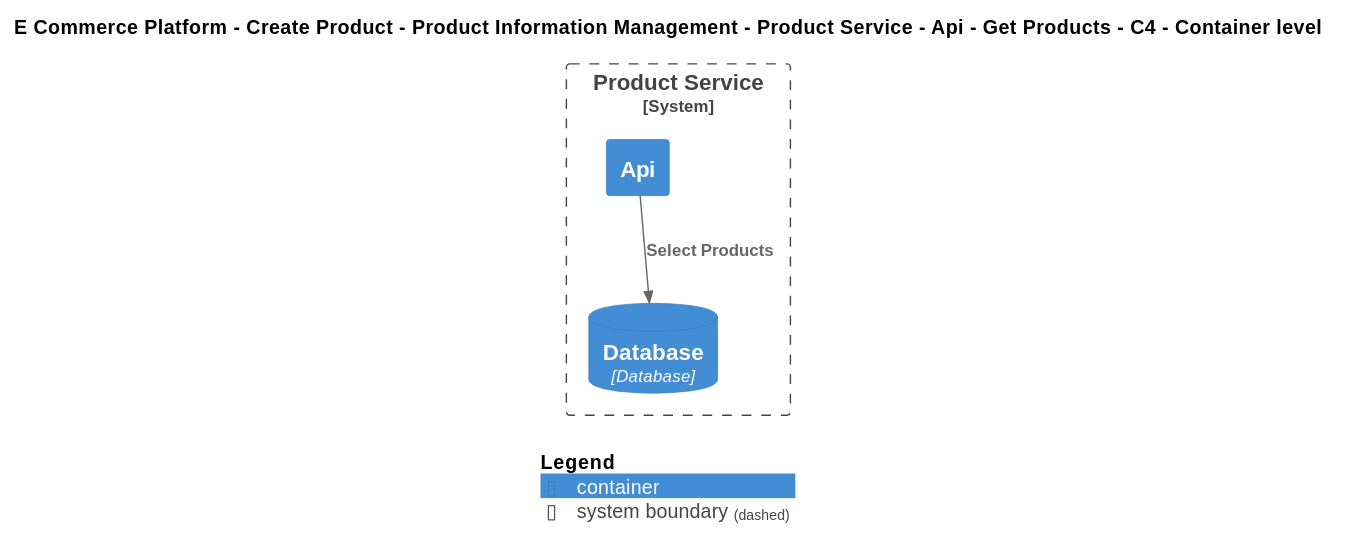
This is Samples/E-Commerce Platform/Yaml/Diagrams/E Commerce Platform/Create Product/Product Information Management/Software Systems/Product Service/Containers/Api/Interfaces/Get Products/Container - C4.svg from mnadenysenko/C4InterFlow, a PlantUML export, as it was before one commit. The source it was exported from:
```plantuml
@startuml
!include ..\..\..\..\..\..\..\..\..\.c4s\C4_Container.puml

AddElementTag("c4interflow:lifecycle:new", $bgColor=green, $fontColor=#ffffff, $borderColor=green, $shadowing="False")
AddElementTag("c4interflow:lifecycle:changed", $bgColor=orange, $fontColor=#ffffff, $borderColor=orange, $shadowing="False")
AddElementTag("c4interflow:lifecycle:removed", $bgColor=red, $fontColor=#ffffff, $borderColor=red, $shadowing="False")

AddRelTag("c4interflow:lifecycle:new", $textColor=green, $lineColor=green)
AddRelTag("c4interflow:lifecycle:changed", $textColor=orange, $lineColor=orange)
AddRelTag("c4interflow:lifecycle:removed", $textColor=red, $lineColor=red)

SHOW_PERSON_PORTRAIT()
LAYOUT_TOP_DOWN()

skinparam linetype polyline

title E Commerce Platform - Create Product - Product Information Management - Product Service - Api - Get Products - C4 - Container level


System_Boundary(ECommercePlatform.CreateProduct.ProductInformationManagement.SoftwareSystems.ProductService, "Product Service") {
    Container(ECommercePlatform.CreateProduct.ProductInformationManagement.SoftwareSystems.ProductService.Containers.Api, "Api", "", "")
    ContainerDb(ECommercePlatform.CreateProduct.ProductInformationManagement.SoftwareSystems.ProductService.Containers.Database, "Database", "Database", "")
}

Rel(ECommercePlatform.CreateProduct.ProductInformationManagement.SoftwareSystems.ProductService.Containers.Api, ECommercePlatform.CreateProduct.ProductInformationManagement.SoftwareSystems.ProductService.Containers.Database, "Select Products")


SHOW_LEGEND()
@enduml
```
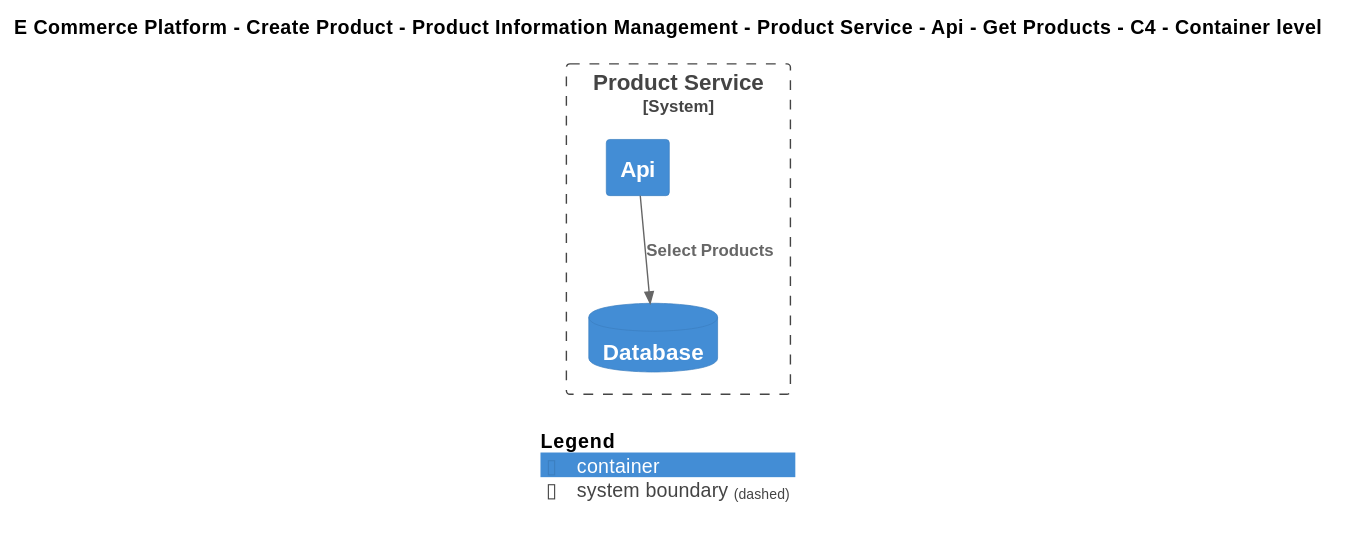
The same diagram one commit later.

Diff of the diagram source:
```diff
@@ -19,7 +19,7 @@
 
 System_Boundary(ECommercePlatform.CreateProduct.ProductInformationManagement.SoftwareSystems.ProductService, "Product Service") {
     Container(ECommercePlatform.CreateProduct.ProductInformationManagement.SoftwareSystems.ProductService.Containers.Api, "Api", "", "")
-    ContainerDb(ECommercePlatform.CreateProduct.ProductInformationManagement.SoftwareSystems.ProductService.Containers.Database, "Database", "Database", "")
+    ContainerDb(ECommercePlatform.CreateProduct.ProductInformationManagement.SoftwareSystems.ProductService.Containers.Database, "Database", "", "")
 }
 
 Rel(ECommercePlatform.CreateProduct.ProductInformationManagement.SoftwareSystems.ProductService.Containers.Api, ECommercePlatform.CreateProduct.ProductInformationManagement.SoftwareSystems.ProductService.Containers.Database, "Select Products")
```
